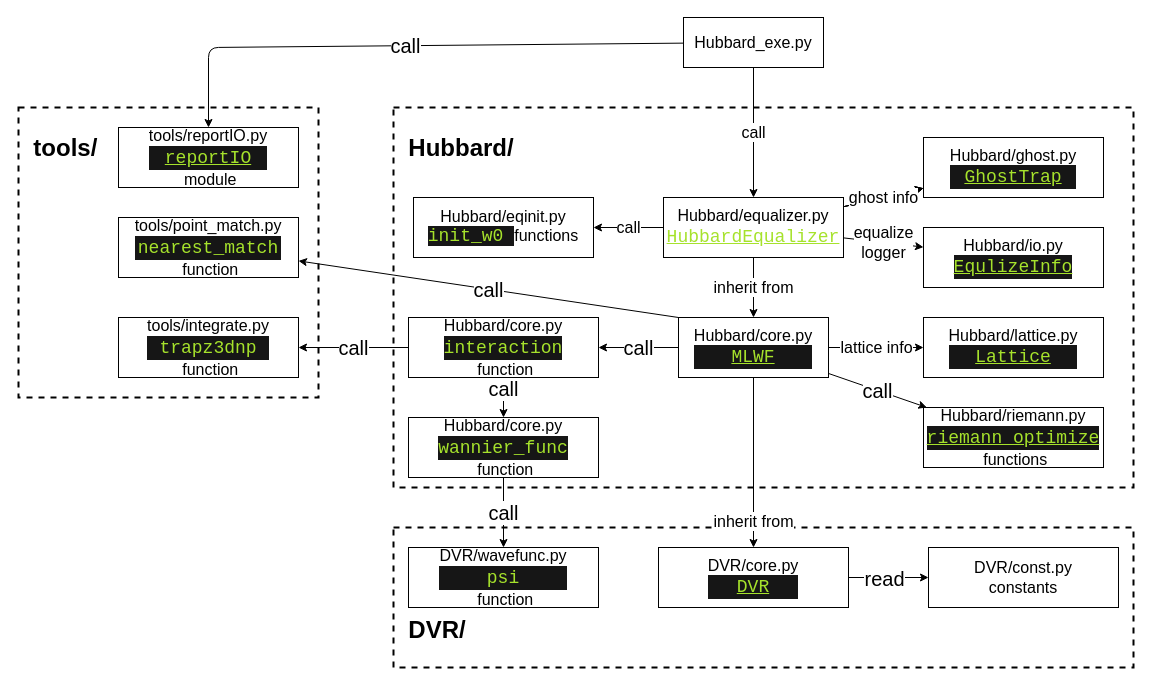
This is doc/code.drawio from htwei17/HubbardTweezer, a draw.io file, before an edit. Source tidied: cells renumbered, new cells numbered last; positions are measured from the earlier drawing's top-left corner, leaving out a move shared by most shapes. Both pictures are drawn from the tidied source at 100%, with x=0, y=0 at pixel (18, 17).
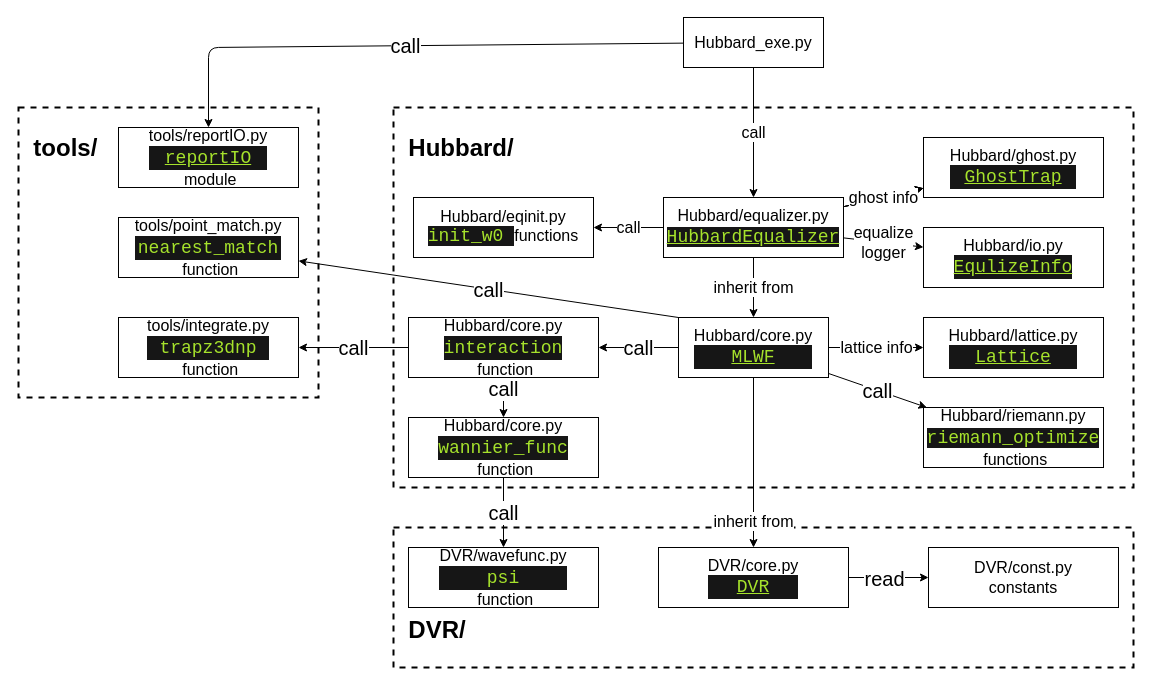
The same page after the edit.

Commit message (it also covers changes not shown here):
Minor edits on code and structure charts

What changed in the source:
```diff
@@
-    <mxCell id="14" value="&lt;font style=&quot;font-size: 16px;&quot;&gt;Hubbard/equalizer.py&lt;br&gt;&lt;div style=&quot;color: rgb(247, 241, 255); font-family: Consolas, &amp;quot;Courier New&amp;quot;, monospace; font-size: 18px; line-height: 24px;&quot;&gt;&lt;span style=&quot;color: rgb(166, 226, 44); text-decoration-line: underline;&quot;&gt;HubbardEqualizer&lt;/span&gt;&lt;/div&gt;&lt;/font&gt;" style="rounded=0;whiteSpace=wrap;html=1;" parent="1" vertex="1">
+    <mxCell id="14" value="&lt;font style=&quot;font-size: 16px;&quot;&gt;Hubbard/equalizer.py&lt;br&gt;&lt;div style=&quot;color: rgb(247, 241, 255); font-family: Consolas, &amp;quot;Courier New&amp;quot;, monospace; font-size: 18px; line-height: 24px;&quot;&gt;&lt;span style=&quot;color: rgb(166, 226, 44); text-decoration-line: underline; background-color: rgb(22, 22, 22);&quot;&gt;HubbardEqualizer&lt;/span&gt;&lt;/div&gt;&lt;/font&gt;" style="rounded=0;whiteSpace=wrap;html=1;" parent="1" vertex="1">
       <mxGeometry x="645" y="180" width="180" height="60" as="geometry" />
     </mxCell>
@@
-    <mxCell id="29" value="Hubbard/riemann.py&lt;br&gt;&lt;div style=&quot;color: rgb(247, 241, 255); background-color: rgb(22, 22, 22); font-family: Consolas, &amp;quot;Courier New&amp;quot;, monospace; font-size: 18px; line-height: 24px;&quot;&gt;&lt;span style=&quot;color: rgb(166, 226, 44); text-decoration-line: underline;&quot;&gt;riemann_optimize&lt;/span&gt;&lt;/div&gt;&amp;nbsp;functions" style="rounded=0;whiteSpace=wrap;html=1;fontSize=16;" parent="1" vertex="1">
+    <mxCell id="29" value="Hubbard/riemann.py&lt;br&gt;&lt;div style=&quot;color: rgb(247, 241, 255); font-family: Consolas, &amp;quot;Courier New&amp;quot;, monospace; font-size: 18px; line-height: 24px;&quot;&gt;&lt;span style=&quot;color: rgb(166, 226, 44); background-color: rgb(22, 22, 22);&quot;&gt;riemann_optimize&lt;/span&gt;&lt;/div&gt;&amp;nbsp;functions" style="rounded=0;whiteSpace=wrap;html=1;fontSize=16;" parent="1" vertex="1">
       <mxGeometry x="905" y="390" width="180" height="60" as="geometry" />
     </mxCell>
```
